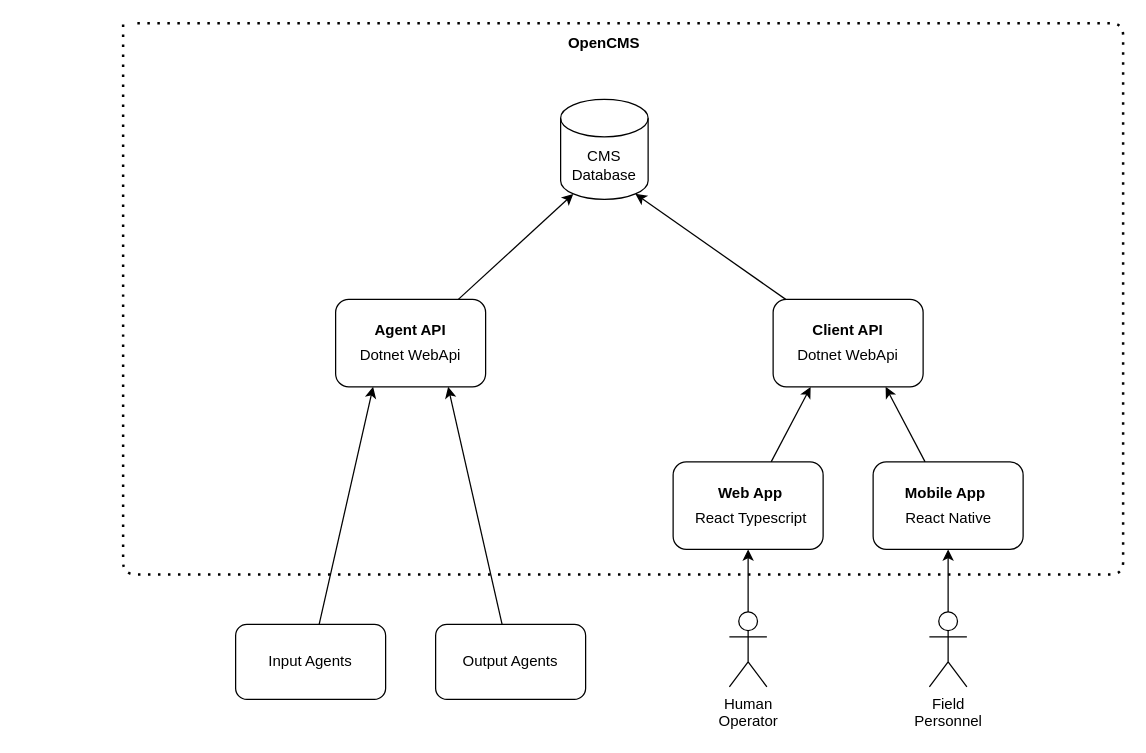
Earlier version of the draw.io diagram page "L2 - Container" (2 of 3) of _docs/c4-diagram.drawio (eyEminYILDIZ/OpenCMS). Source tidied: cells renumbered, new cells numbered last; positions are measured from the earlier drawing's top-left corner, leaving out a move shared by most shapes. Both pictures are drawn from the tidied source at 125%, with x=0, y=0 at pixel (122, 22).
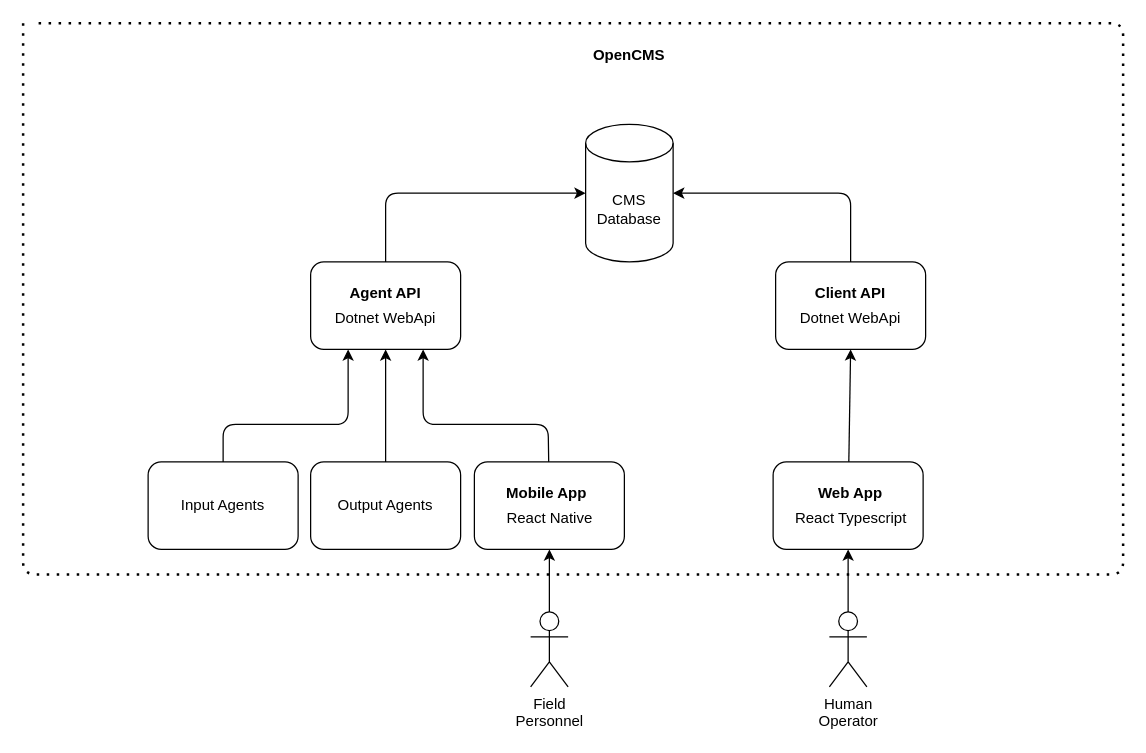
The same diagram, later.

What changed in the source:
```diff
@@
-    <mxCell id="2" style="edgeStyle=none;html=1;entryX=0.145;entryY=1;entryDx=0;entryDy=-4.35;entryPerimeter=0;" parent="1" edge="1" source="3" target="13">
-      <mxGeometry relative="1" as="geometry" />
+    <mxCell id="2" style="edgeStyle=none;html=1;entryX=0;entryY=0.5;entryDx=0;entryDy=0;entryPerimeter=0;exitX=0.5;exitY=0;exitDx=0;exitDy=0;" parent="1" edge="1" source="3" target="13">
+      <mxGeometry relative="1" as="geometry">
+        <Array as="points">
+          <mxPoint x="210" y="136" />
+        </Array>
+      </mxGeometry>
     </mxCell>
     <mxCell id="3" style="rounded=1;whiteSpace=wrap;html=1;" parent="1" vertex="1">
-      <mxGeometry x="170" y="221" width="120" height="70" as="geometry" />
+      <mxGeometry x="150" y="191" width="120" height="70" as="geometry" />
     </mxCell>
     <mxCell id="4" style="rounded=1;whiteSpace=wrap;html=1;" parent="1" vertex="1">
-      <mxGeometry x="520" y="221" width="120" height="70" as="geometry" />
+      <mxGeometry x="522" y="191" width="120" height="70" as="geometry" />
     </mxCell>
-    <mxCell id="5" style="edgeStyle=none;html=1;entryX=0.25;entryY=1;entryDx=0;entryDy=0;" parent="1" edge="1" source="6" target="4">
+    <mxCell id="5" style="edgeStyle=none;html=1;entryX=0.5;entryY=1;entryDx=0;entryDy=0;" parent="1" edge="1" source="6" target="4">
       <mxGeometry relative="1" as="geometry" />
     </mxCell>
     <mxCell id="6" style="rounded=1;whiteSpace=wrap;html=1;" parent="1" vertex="1">
-      <mxGeometry x="440" y="351" width="120" height="70" as="geometry" />
+      <mxGeometry x="520" y="351" width="120" height="70" as="geometry" />
     </mxCell>
-    <mxCell id="7" style="edgeStyle=none;html=1;entryX=0.75;entryY=1;entryDx=0;entryDy=0;" parent="1" edge="1" source="8" target="4">
-      <mxGeometry relative="1" as="geometry" />
+    <mxCell id="7" style="edgeStyle=none;html=1;entryX=0.75;entryY=1;entryDx=0;entryDy=0;" parent="1" edge="1" source="8" target="3">
+      <mxGeometry relative="1" as="geometry">
+        <Array as="points">
+          <mxPoint x="340" y="321" />
+          <mxPoint x="240" y="321" />
+        </Array>
+      </mxGeometry>
     </mxCell>
     <mxCell id="8" style="rounded=1;whiteSpace=wrap;html=1;" parent="1" vertex="1">
-      <mxGeometry x="600" y="351" width="120" height="70" as="geometry" />
+      <mxGeometry x="281" y="351" width="120" height="70" as="geometry" />
     </mxCell>
     <mxCell id="9" style="edgeStyle=none;html=1;entryX=0.25;entryY=1;entryDx=0;entryDy=0;" parent="1" edge="1" source="10" target="3">
-      <mxGeometry relative="1" as="geometry" />
+      <mxGeometry relative="1" as="geometry">
+        <Array as="points">
+          <mxPoint x="80" y="321" />
+          <mxPoint x="180" y="321" />
+        </Array>
+      </mxGeometry>
     </mxCell>
     <mxCell id="10" value="Input Agents" style="rounded=1;whiteSpace=wrap;html=1;" parent="1" vertex="1">
-      <mxGeometry x="90" y="481" width="120" height="60" as="geometry" />
+      <mxGeometry x="20" y="351" width="120" height="70" as="geometry" />
     </mxCell>
-    <mxCell id="11" style="edgeStyle=none;html=1;entryX=0.75;entryY=1;entryDx=0;entryDy=0;" parent="1" edge="1" source="12" target="3">
+    <mxCell id="11" style="edgeStyle=none;html=1;entryX=0.5;entryY=1;entryDx=0;entryDy=0;" parent="1" edge="1" source="12" target="3">
       <mxGeometry relative="1" as="geometry" />
     </mxCell>
     <mxCell id="12" value="Output Agents" style="rounded=1;whiteSpace=wrap;html=1;" parent="1" vertex="1">
-      <mxGeometry x="250" y="481" width="120" height="60" as="geometry" />
+      <mxGeometry x="150" y="351" width="120" height="70" as="geometry" />
     </mxCell>
     <mxCell id="13" value="CMS&lt;div&gt;Database&lt;/div&gt;" style="shape=cylinder3;whiteSpace=wrap;html=1;boundedLbl=1;backgroundOutline=1;size=15;" parent="1" vertex="1">
-      <mxGeometry x="350" y="61" width="70" height="80" as="geometry" />
+      <mxGeometry x="370" y="81" width="70" height="110" as="geometry" />
     </mxCell>
-    <mxCell id="14" style="edgeStyle=none;html=1;entryX=0.855;entryY=1;entryDx=0;entryDy=-4.35;entryPerimeter=0;" parent="1" edge="1" source="4" target="13">
-      <mxGeometry relative="1" as="geometry" />
+    <mxCell id="14" style="edgeStyle=none;html=1;entryX=1;entryY=0.5;entryDx=0;entryDy=0;entryPerimeter=0;" parent="1" edge="1" source="4" target="13">
+      <mxGeometry relative="1" as="geometry">
+        <Array as="points">
+          <mxPoint x="582" y="136" />
+        </Array>
+      </mxGeometry>
     </mxCell>
     <mxCell id="15" style="endArrow=none;dashed=1;html=1;dashPattern=1 3;strokeWidth=2;" parent="1" edge="1">
       <mxGeometry relative="1" as="geometry">
-        <mxPoint y="1" as="sourcePoint" />
-        <mxPoint x="10" as="targetPoint" />
+        <mxPoint x="-80" as="sourcePoint" />
+        <mxPoint x="-70" as="targetPoint" />
         <Array as="points">
-          <mxPoint y="441" />
+          <mxPoint x="-80" y="441" />
           <mxPoint x="800" y="441" />
           <mxPoint x="800" />
         </Array>
       </mxGeometry>
     </mxCell>
@@
     <mxCell id="17" value="Human&lt;br&gt;Operator" style="shape=umlActor;verticalLabelPosition=bottom;verticalAlign=top;html=1;outlineConnect=0;" parent="1" vertex="1">
-      <mxGeometry x="485" y="471" width="30" height="60" as="geometry" />
+      <mxGeometry x="565" y="471" width="30" height="60" as="geometry" />
     </mxCell>
@@
     <mxCell id="19" value="Field&lt;div&gt;Personnel&lt;/div&gt;" style="shape=umlActor;verticalLabelPosition=bottom;verticalAlign=top;html=1;outlineConnect=0;" parent="1" vertex="1">
-      <mxGeometry x="645" y="471" width="30" height="60" as="geometry" />
+      <mxGeometry x="326" y="471" width="30" height="60" as="geometry" />
     </mxCell>
     <mxCell id="20" value="&lt;b&gt;OpenCMS&lt;/b&gt;" style="text;html=1;align=center;verticalAlign=middle;whiteSpace=wrap;rounded=0;" parent="1" vertex="1">
-      <mxGeometry x="355" y="1" width="60" height="30" as="geometry" />
+      <mxGeometry x="375" y="11" width="60" height="30" as="geometry" />
     </mxCell>
     <mxCell id="21" value="Dotnet WebApi" style="text;html=1;align=center;verticalAlign=middle;whiteSpace=wrap;rounded=0;" parent="1" vertex="1">
-      <mxGeometry x="185" y="251" width="90" height="30" as="geometry" />
+      <mxGeometry x="165" y="221" width="90" height="30" as="geometry" />
     </mxCell>
     <mxCell id="22" value="Dotnet WebApi" style="text;html=1;align=center;verticalAlign=middle;whiteSpace=wrap;rounded=0;" parent="1" vertex="1">
-      <mxGeometry x="535" y="251" width="90" height="30" as="geometry" />
+      <mxGeometry x="537" y="221" width="90" height="30" as="geometry" />
     </mxCell>
     <mxCell id="23" value="React Typescript" style="text;html=1;align=center;verticalAlign=middle;whiteSpace=wrap;rounded=0;" parent="1" vertex="1">
-      <mxGeometry x="454.5" y="381" width="95" height="30" as="geometry" />
+      <mxGeometry x="534.5" y="381" width="95" height="30" as="geometry" />
     </mxCell>
     <mxCell id="24" value="React Native" style="text;html=1;align=center;verticalAlign=middle;whiteSpace=wrap;rounded=0;" parent="1" vertex="1">
-      <mxGeometry x="612.5" y="381" width="95" height="30" as="geometry" />
+      <mxGeometry x="293.5" y="381" width="95" height="30" as="geometry" />
     </mxCell>
     <mxCell id="25" value="&lt;span style=&quot;color: rgb(0, 0, 0);&quot;&gt;&lt;b&gt;Client API&lt;/b&gt;&lt;/span&gt;" style="text;html=1;align=center;verticalAlign=middle;whiteSpace=wrap;rounded=0;" parent="1" vertex="1">
-      <mxGeometry x="535" y="231" width="90" height="30" as="geometry" />
+      <mxGeometry x="537" y="201" width="90" height="30" as="geometry" />
     </mxCell>
     <mxCell id="26" value="&lt;span style=&quot;color: rgb(0, 0, 0);&quot;&gt;&lt;b&gt;Agent API&lt;/b&gt;&lt;/span&gt;" style="text;html=1;align=center;verticalAlign=middle;whiteSpace=wrap;rounded=0;" parent="1" vertex="1">
-      <mxGeometry x="185" y="231" width="90" height="30" as="geometry" />
+      <mxGeometry x="165" y="201" width="90" height="30" as="geometry" />
     </mxCell>
     <mxCell id="27" value="&lt;span style=&quot;color: rgb(0, 0, 0);&quot;&gt;&lt;b&gt;Web App&lt;/b&gt;&lt;/span&gt;" style="text;html=1;align=center;verticalAlign=middle;whiteSpace=wrap;rounded=0;" parent="1" vertex="1">
-      <mxGeometry x="457" y="361" width="90" height="30" as="geometry" />
+      <mxGeometry x="537" y="361" width="90" height="30" as="geometry" />
     </mxCell>
     <mxCell id="28" value="&lt;span style=&quot;color: rgb(0, 0, 0);&quot;&gt;&lt;b&gt;Mobile App&lt;/b&gt;&lt;/span&gt;" style="text;html=1;align=center;verticalAlign=middle;whiteSpace=wrap;rounded=0;" parent="1" vertex="1">
-      <mxGeometry x="612.5" y="361" width="90" height="30" as="geometry" />
+      <mxGeometry x="293.5" y="361" width="90" height="30" as="geometry" />
     </mxCell>
```
